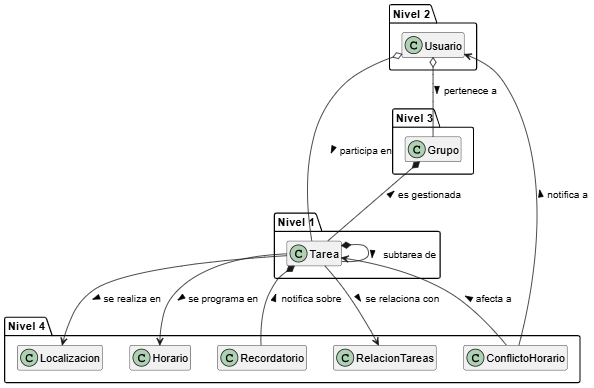
The PlantUML diagram documents/modelosUML/modeloDeDominio/diagramaClases/diagramaClases.png in inigovaqueroo04/25-26-IdSw1-SdR, before a commit. Its source is kept beside it as documents/modelosUML/modeloDeDominio/diagramaClases/diagramaClases.puml.
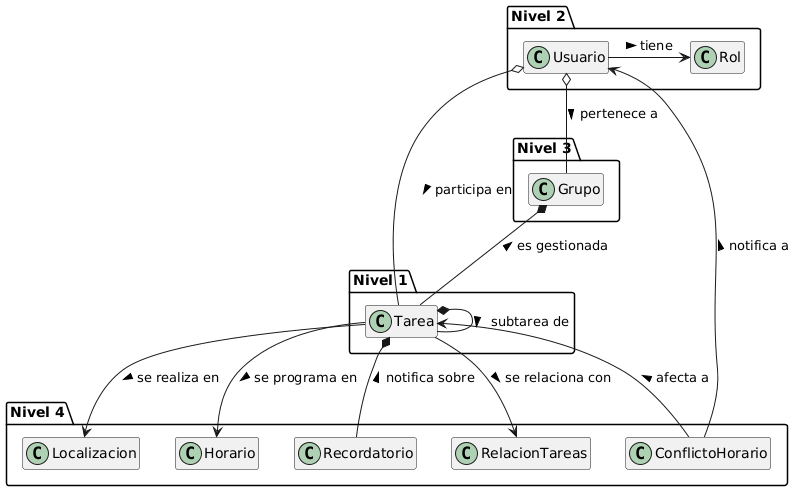
After the change.

Commit message:
Actualizacion de Diagrama de Clases

Diff of the diagram source:
```diff
@@ -1,4 +1,4 @@
-@startuml Diagrama de Clases - Primera Reunión
+@startuml Diagrama de Clases - Actualizado
 top to bottom direction
 hide methods
 hide attributes
@@ -10,6 +10,7 @@
 
 package "Nivel 2" {
   class Usuario
+  class Rol
 }
 
 package "Nivel 3" {
@@ -29,6 +30,8 @@
 Usuario o-- Grupo : pertenece a >
 Tarea *-- Tarea : subtarea de >
 
+Usuario -right-> Rol : tiene >
+
 Tarea <-- ConflictoHorario : afecta a <
 Usuario <-- ConflictoHorario : notifica a <
 Tarea --> Localizacion : se realiza en >
```
